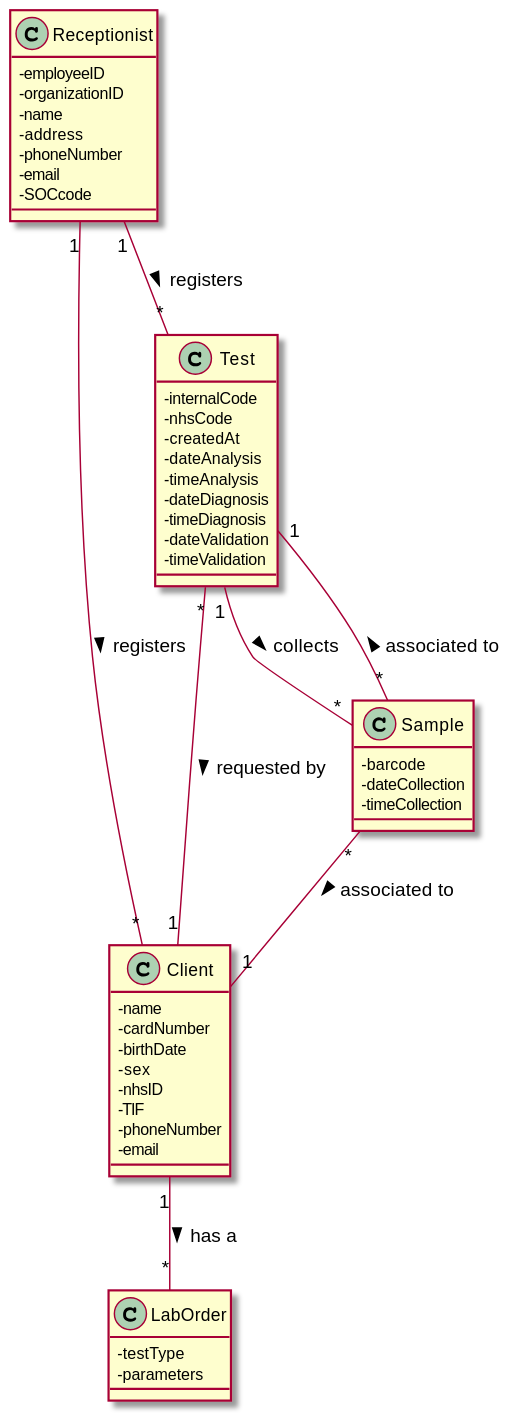
Above: docs/SprintB/US3/US3_DM.svg in MadDinosaur/ISEP-LAPR2 (PlantUML), before the change. Source of this version:
```plantuml
@startuml

skinparam classAttributeIconSize 0

class Client {
-name
-cardNumber
-birthDate
-sex
-nhsID
-TIF
-phoneNumber
-email
}
class Receptionist {
-employeeID
-organizationID
-name
-address
-phoneNumber
-email
-SOCcode
}
class LabOrder {
-testType
-parameters
}
class Test {
-internalCode
-nhsCode
-createdAt
-dateAnalysis
-timeAnalysis
-dateDiagnosis
-timeDiagnosis
-dateValidation
-timeValidation
}
class Sample {
-barcode
-dateCollection
-timeCollection
}

Client "1"--"*" LabOrder : has a >
Receptionist "1"--"*" Client : registers >
Sample "*"--"1" Client : associated to >
Test "*"--"1" Client : requested by >
Receptionist "1"--"*" Test : registers >
Sample "*"--"1" Test : associated to >
Test "1"--"*" Sample : collects >


@enduml
```
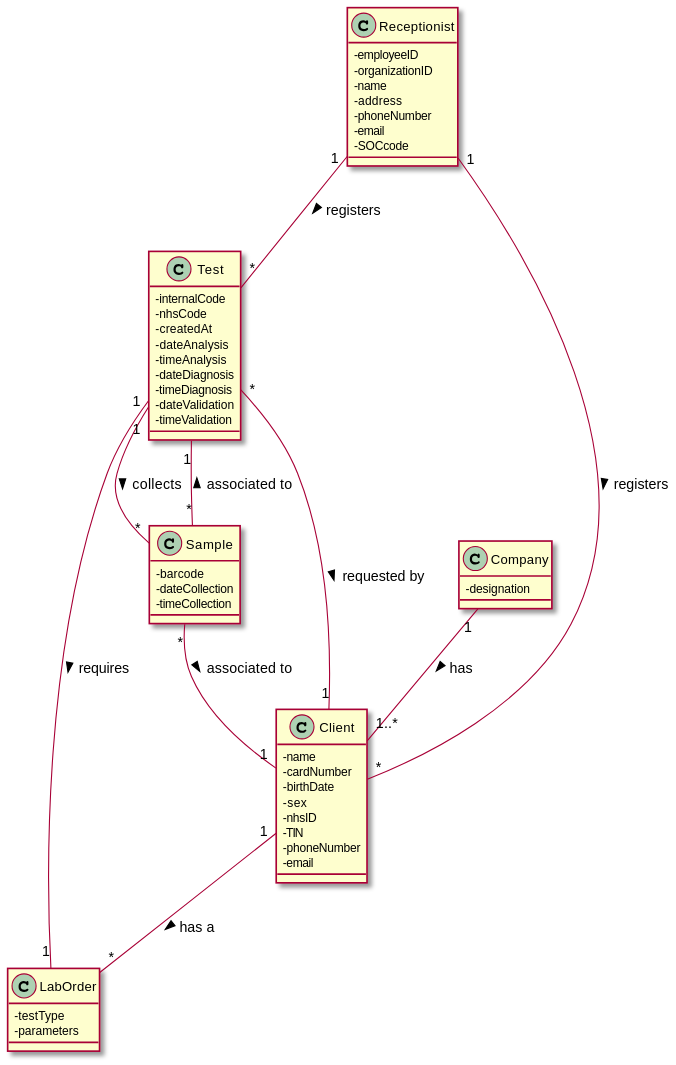
After the commit.

Diff of the diagram source:
```diff
@@ -8,7 +8,7 @@
 -birthDate
 -sex
 -nhsID
--TIF
+-TIN
 -phoneNumber
 -email
 }
@@ -41,6 +41,9 @@
 -dateCollection
 -timeCollection
 }
+class Company{
+-designation
+}
 
 Client "1"--"*" LabOrder : has a >
 Receptionist "1"--"*" Client : registers >
@@ -49,6 +52,9 @@
 Receptionist "1"--"*" Test : registers >
 Sample "*"--"1" Test : associated to >
 Test "1"--"*" Sample : collects >
+Test "1"--"1" LabOrder : requires >
+Company "1"--"1..*" Client : has >
+
 
 
 @enduml
```
